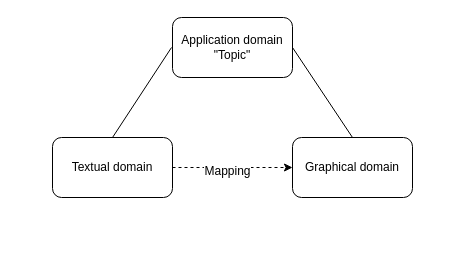
This is basicdomain.drawio from Mikevanlenthe/Master-thesis, a draw.io file, before an edit. Source tidied: cells renumbered, new cells numbered last; positions are measured from the earlier drawing's top-left corner, leaving out a move shared by most shapes. Both pictures are drawn from the tidied source at 100%, with x=0, y=0 at pixel (52, 17).
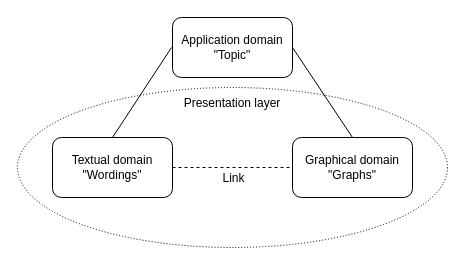
Above is the later version.

Change to the diagram source:
```diff
@@
 <mxGraphModel>
   <root>
     <mxCell id="0" />
     <mxCell id="1" parent="0" />
+    <mxCell id="9" value="Presentation layer&lt;br&gt;&lt;br&gt;&lt;br&gt;&lt;br&gt;&lt;br&gt;&lt;br&gt;&lt;br&gt;&lt;br&gt;&lt;br&gt;&lt;br&gt;" style="ellipse;whiteSpace=wrap;html=1;shadow=0;dashed=1;dashPattern=1 2;" parent="1" vertex="1">
+      <mxGeometry x="-35" y="70" width="430" height="160" as="geometry" />
+    </mxCell>
     <mxCell id="2" value="Application domain&lt;br&gt;&quot;Topic&quot;&lt;br&gt;" style="rounded=1;whiteSpace=wrap;html=1;" parent="1" vertex="1">
       <mxGeometry x="120" width="120" height="60" as="geometry" />
     </mxCell>
-    <mxCell id="3" value="Graphical domain" style="rounded=1;whiteSpace=wrap;html=1;" parent="1" vertex="1">
+    <mxCell id="3" value="Graphical domain&lt;br&gt;&quot;Graphs&quot;&lt;br&gt;" style="rounded=1;whiteSpace=wrap;html=1;" parent="1" vertex="1">
       <mxGeometry x="240" y="120" width="120" height="60" as="geometry" />
     </mxCell>
-    <mxCell id="4" value="Textual domain" style="rounded=1;whiteSpace=wrap;html=1;" parent="1" vertex="1">
+    <mxCell id="4" value="Textual domain&lt;br&gt;&quot;Wordings&quot;&lt;br&gt;" style="rounded=1;whiteSpace=wrap;html=1;" parent="1" vertex="1">
       <mxGeometry y="120" width="120" height="60" as="geometry" />
     </mxCell>
     <mxCell id="5" style="endArrow=none;html=1;entryX=0.5;entryY=0;entryDx=0;entryDy=0;endFill=0;" parent="1" edge="1" target="4">
       <mxGeometry relative="1" as="geometry">
         <mxPoint x="119" y="30" as="sourcePoint" />
       </mxGeometry>
     </mxCell>
     <mxCell id="6" style="endArrow=none;html=1;exitX=1;exitY=0.5;exitDx=0;exitDy=0;entryX=0.5;entryY=0;entryDx=0;entryDy=0;endFill=0;" parent="1" edge="1" source="2" target="3">
       <mxGeometry relative="1" as="geometry" />
     </mxCell>
-    <mxCell id="7" style="endArrow=classic;html=1;exitX=1;exitY=0.5;exitDx=0;exitDy=0;entryX=0;entryY=0.5;entryDx=0;entryDy=0;dashed=1;" parent="1" edge="1" source="4" target="3">
+    <mxCell id="7" style="endArrow=none;html=1;exitX=1;exitY=0.5;exitDx=0;exitDy=0;entryX=0;entryY=0.5;entryDx=0;entryDy=0;dashed=1;endFill=0;" parent="1" edge="1" source="4" target="3">
       <mxGeometry relative="1" as="geometry" />
     </mxCell>
-    <mxCell id="8" value="Mapping" style="text;html=1;align=center;verticalAlign=middle;labelBackgroundColor=#ffffff;" parent="7" vertex="1">
-      <mxGeometry x="-0.1" y="-3" relative="1" as="geometry" />
+    <mxCell id="8" value="Link" style="text;html=1;align=center;verticalAlign=middle;labelBackgroundColor=#ffffff;" parent="7" vertex="1">
+      <mxGeometry x="-0.1" y="-3" relative="1" as="geometry">
+        <mxPoint x="6" y="7" as="offset" />
+      </mxGeometry>
     </mxCell>
   </root>
 </mxGraphModel>
```
